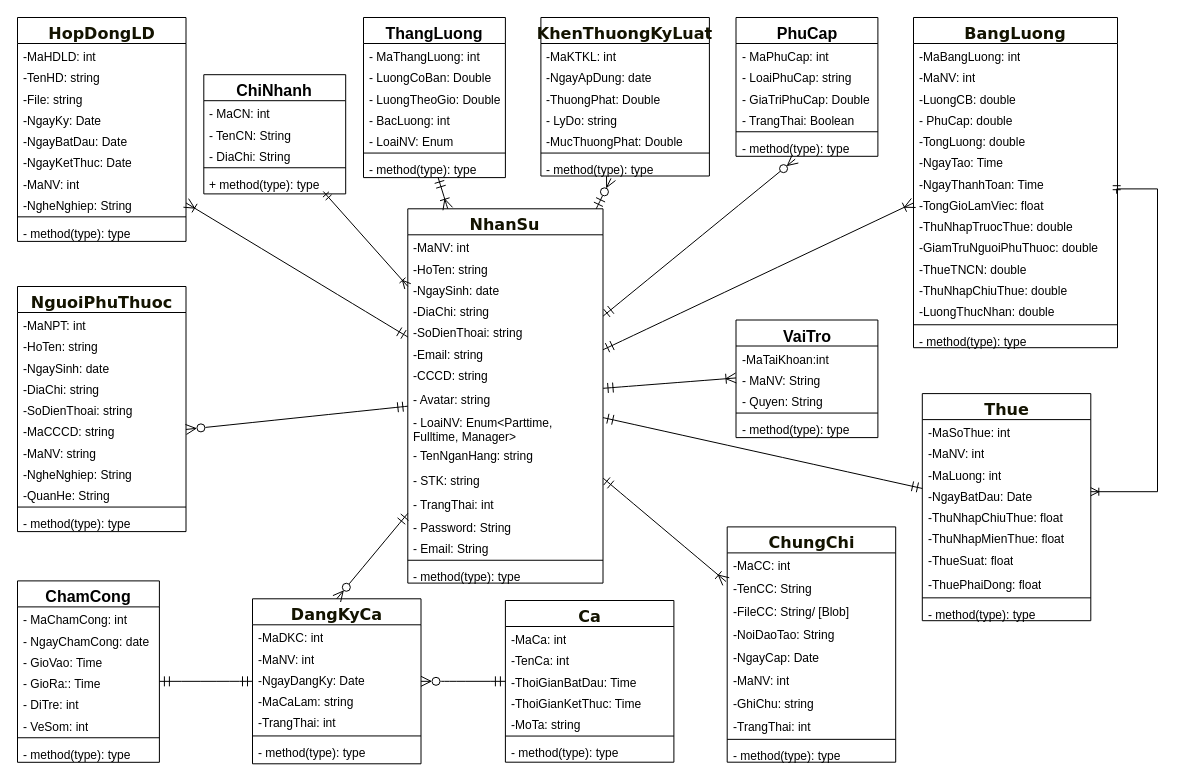
Before: Biểu đồ không có tiêu đề.drawio in NguyenMint/LVTN, a draw.io diagram. Source tidied: cells renumbered, new cells numbered last; positions are measured from the earlier drawing's top-left corner, leaving out a move shared by most shapes. Both pictures are drawn from the tidied source at 100%, with x=0, y=0 at pixel (17, 17).
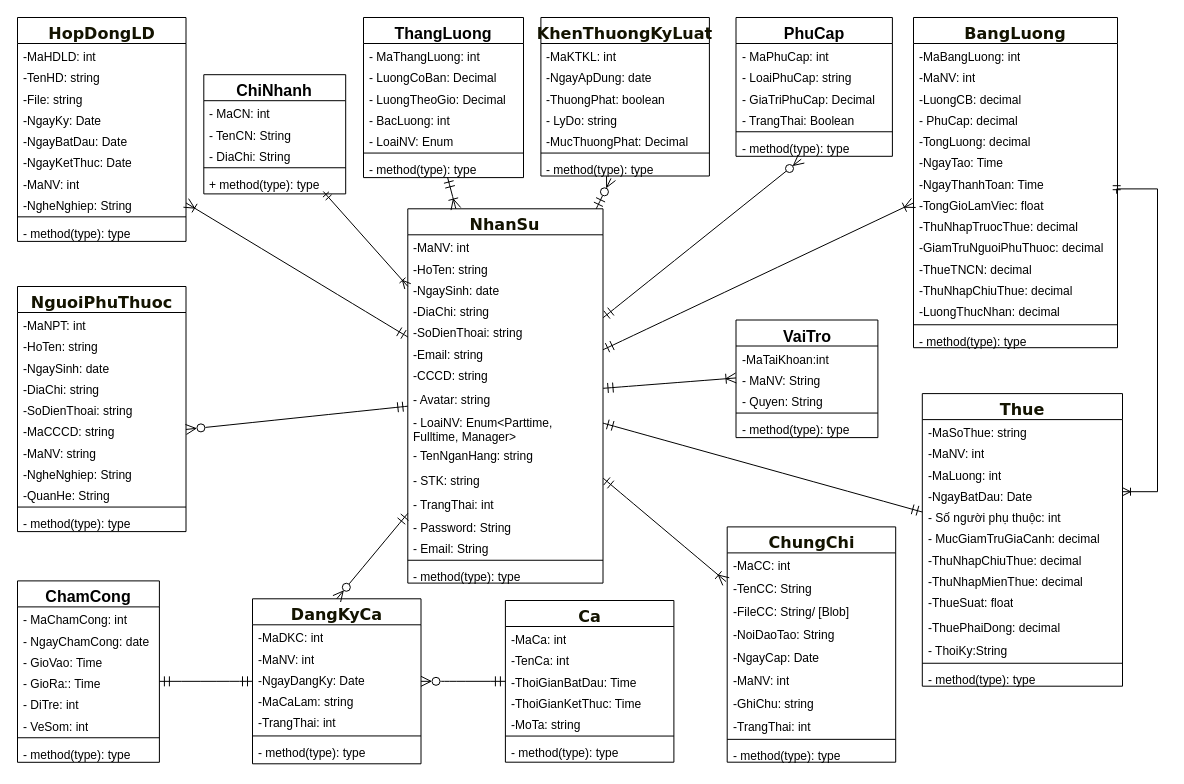
The same page after the edit.

Commit message (it also covers changes not shown here):
Cập nhật Biểu đồ không có tiêu đề.drawio

The change refers to these unchanged cells:
```xml
<mxCell id="42" value="&lt;font face=&quot;trebuchet ms, verdana, arial, sans-serif&quot; color=&quot;#131300&quot;&gt;&lt;span style=&quot;font-size: 16px; text-wrap-mode: nowrap;&quot;&gt;KhenThuongKyLuat&lt;/span&gt;&lt;/font&gt;" style="swimlane;fontStyle=1;align=center;verticalAlign=top;horizontal=1;startSize=26;whiteSpace=wrap;html=1;" parent="1" vertex="1">
  <mxGeometry x="523.4" width="168.5" height="158.5" as="geometry" />
</mxCell>
<mxCell id="103" value="&lt;div&gt;&lt;span style=&quot;color: rgb(19, 19, 0); font-family: &amp;quot;trebuchet ms&amp;quot;, verdana, arial, sans-serif; font-size: 16px; text-wrap-mode: nowrap;&quot;&gt;BangLuong&lt;/span&gt;&lt;/div&gt;&lt;div&gt;&lt;span style=&quot;color: rgb(19, 19, 0); font-family: &amp;quot;trebuchet ms&amp;quot;, verdana, arial, sans-serif; font-size: 16px; text-wrap-mode: nowrap;&quot;&gt;&lt;br&gt;&lt;/span&gt;&lt;/div&gt;" style="swimlane;fontStyle=1;align=center;verticalAlign=top;horizontal=1;startSize=26;whiteSpace=wrap;html=1;" parent="1" vertex="1">
  <mxGeometry x="896" width="204" height="330.2" as="geometry" />
</mxCell>
```

What changed in the source:
```diff
@@
-    <mxCell id="45" value="-ThuongPhat: Double" style="text;strokeColor=none;fillColor=none;align=left;verticalAlign=top;spacingLeft=4;spacingRight=4;overflow=hidden;whiteSpace=wrap;html=1;" parent="42" vertex="1">
+    <mxCell id="45" value="-ThuongPhat: boolean" style="text;strokeColor=none;fillColor=none;align=left;verticalAlign=top;spacingLeft=4;spacingRight=4;overflow=hidden;whiteSpace=wrap;html=1;" parent="42" vertex="1">
       <mxGeometry y="68.5" width="168.5" height="21.3" as="geometry" />
     </mxCell>
@@
-    <mxCell id="47" value="-MucThuongPhat: Double" style="text;strokeColor=none;fillColor=none;align=left;verticalAlign=top;spacingLeft=4;spacingRight=4;overflow=hidden;whiteSpace=wrap;html=1;" parent="42" vertex="1">
+    <mxCell id="47" value="-MucThuongPhat: Decimal" style="text;strokeColor=none;fillColor=none;align=left;verticalAlign=top;spacingLeft=4;spacingRight=4;overflow=hidden;whiteSpace=wrap;html=1;" parent="42" vertex="1">
       <mxGeometry y="111" width="168.5" height="21.3" as="geometry" />
     </mxCell>
@@
     <mxCell id="50" value="&lt;font style=&quot;font-size: 16px;&quot;&gt;PhuCap&lt;/font&gt;" style="swimlane;fontStyle=1;align=center;verticalAlign=top;horizontal=1;startSize=26;whiteSpace=wrap;html=1;" parent="1" vertex="1">
-      <mxGeometry x="718.5" width="141.9" height="138.8" as="geometry" />
+      <mxGeometry x="718.5" width="156.4" height="138.8" as="geometry" />
     </mxCell>
     <mxCell id="51" value="- MaPhuCap: int" style="text;strokeColor=none;fillColor=none;align=left;verticalAlign=top;spacingLeft=4;spacingRight=4;overflow=hidden;whiteSpace=wrap;html=1;" parent="50" vertex="1">
-      <mxGeometry y="26" width="141.9" height="21.3" as="geometry" />
+      <mxGeometry y="26" width="156.4" height="21.3" as="geometry" />
     </mxCell>
     <mxCell id="52" value="- LoaiPhuCap: string&lt;div&gt;&lt;br&gt;&lt;/div&gt;" style="text;strokeColor=none;fillColor=none;align=left;verticalAlign=top;spacingLeft=4;spacingRight=4;overflow=hidden;whiteSpace=wrap;html=1;" parent="50" vertex="1">
-      <mxGeometry y="47.3" width="141.9" height="21.3" as="geometry" />
+      <mxGeometry y="47.3" width="156.4" height="21.3" as="geometry" />
     </mxCell>
-    <mxCell id="53" value="- GiaTriPhuCap: Double" style="text;strokeColor=none;fillColor=none;align=left;verticalAlign=top;spacingLeft=4;spacingRight=4;overflow=hidden;whiteSpace=wrap;html=1;" parent="50" vertex="1">
-      <mxGeometry y="68.5" width="141.9" height="21.3" as="geometry" />
+    <mxCell id="53" value="- GiaTriPhuCap: Decimal" style="text;strokeColor=none;fillColor=none;align=left;verticalAlign=top;spacingLeft=4;spacingRight=4;overflow=hidden;whiteSpace=wrap;html=1;" parent="50" vertex="1">
+      <mxGeometry y="68.5" width="156.4" height="21.3" as="geometry" />
     </mxCell>
     <mxCell id="54" value="- TrangThai: Boolean" style="text;strokeColor=none;fillColor=none;align=left;verticalAlign=top;spacingLeft=4;spacingRight=4;overflow=hidden;whiteSpace=wrap;html=1;" parent="50" vertex="1">
-      <mxGeometry y="89.8" width="141.9" height="21.3" as="geometry" />
+      <mxGeometry y="89.8" width="156.4" height="21.3" as="geometry" />
     </mxCell>
     <mxCell id="55" style="line;strokeWidth=1;fillColor=none;align=left;verticalAlign=middle;spacingTop=-1;spacingLeft=3;spacingRight=3;labelPosition=right;strokeColor=inherit;" parent="50" vertex="1">
-      <mxGeometry y="111" width="141.9" height="6.5" as="geometry" />
+      <mxGeometry y="111" width="156.4" height="6.5" as="geometry" />
     </mxCell>
     <mxCell id="56" value="- method(type): type" style="text;strokeColor=none;fillColor=none;align=left;verticalAlign=top;spacingLeft=4;spacingRight=4;overflow=hidden;points=[[0,0.5],[1,0.5]];portConstraint=eastwest;whiteSpace=wrap;html=1;" parent="50" vertex="1">
-      <mxGeometry y="117.6" width="141.9" height="21.3" as="geometry" />
+      <mxGeometry y="117.6" width="156.4" height="21.3" as="geometry" />
     </mxCell>
     <mxCell id="57" value="&lt;font style=&quot;font-size: 16px;&quot;&gt;ThangLuong&lt;/font&gt;" style="swimlane;fontStyle=1;align=center;verticalAlign=top;horizontal=1;startSize=26;whiteSpace=wrap;html=1;" parent="1" vertex="1">
-      <mxGeometry x="346" width="141.9" height="160.1" as="geometry" />
+      <mxGeometry x="346" width="160" height="160.1" as="geometry" />
     </mxCell>
     <mxCell id="58" value="- MaThangLuong: int&amp;nbsp;&lt;div&gt;&lt;br&gt;&lt;/div&gt;" style="text;strokeColor=none;fillColor=none;align=left;verticalAlign=top;spacingLeft=4;spacingRight=4;overflow=hidden;whiteSpace=wrap;html=1;" parent="57" vertex="1">
-      <mxGeometry y="26" width="141.9" height="21.3" as="geometry" />
+      <mxGeometry y="26" width="160" height="21.3" as="geometry" />
     </mxCell>
-    <mxCell id="59" value="- LuongCoBan: Double&lt;div&gt;&lt;br&gt;&lt;/div&gt;" style="text;strokeColor=none;fillColor=none;align=left;verticalAlign=top;spacingLeft=4;spacingRight=4;overflow=hidden;whiteSpace=wrap;html=1;" parent="57" vertex="1">
-      <mxGeometry y="47.3" width="141.9" height="21.3" as="geometry" />
+    <mxCell id="59" value="- LuongCoBan: Decimal&lt;div&gt;&lt;br&gt;&lt;/div&gt;" style="text;strokeColor=none;fillColor=none;align=left;verticalAlign=top;spacingLeft=4;spacingRight=4;overflow=hidden;whiteSpace=wrap;html=1;" parent="57" vertex="1">
+      <mxGeometry y="47.3" width="160" height="21.3" as="geometry" />
     </mxCell>
-    <mxCell id="60" value="- LuongTheoGio: Double&lt;div&gt;&lt;br&gt;&lt;/div&gt;" style="text;strokeColor=none;fillColor=none;align=left;verticalAlign=top;spacingLeft=4;spacingRight=4;overflow=hidden;whiteSpace=wrap;html=1;" parent="57" vertex="1">
-      <mxGeometry y="68.5" width="141.9" height="21.3" as="geometry" />
+    <mxCell id="60" value="- LuongTheoGio: Decimal" style="text;strokeColor=none;fillColor=none;align=left;verticalAlign=top;spacingLeft=4;spacingRight=4;overflow=hidden;whiteSpace=wrap;html=1;" parent="57" vertex="1">
+      <mxGeometry y="68.5" width="160" height="21.3" as="geometry" />
     </mxCell>
     <mxCell id="61" value="- BacLuong: int" style="text;strokeColor=none;fillColor=none;align=left;verticalAlign=top;spacingLeft=4;spacingRight=4;overflow=hidden;whiteSpace=wrap;html=1;" parent="57" vertex="1">
-      <mxGeometry y="89.8" width="141.9" height="21.3" as="geometry" />
+      <mxGeometry y="89.8" width="160" height="21.3" as="geometry" />
     </mxCell>
     <mxCell id="62" value="- LoaiNV: Enum" style="text;strokeColor=none;fillColor=none;align=left;verticalAlign=top;spacingLeft=4;spacingRight=4;overflow=hidden;whiteSpace=wrap;html=1;" parent="57" vertex="1">
-      <mxGeometry y="111" width="141.9" height="21.3" as="geometry" />
+      <mxGeometry y="111" width="160" height="21.3" as="geometry" />
     </mxCell>
     <mxCell id="63" style="line;strokeWidth=1;fillColor=none;align=left;verticalAlign=middle;spacingTop=-1;spacingLeft=3;spacingRight=3;labelPosition=right;strokeColor=inherit;" parent="57" vertex="1">
-      <mxGeometry y="132.3" width="141.9" height="6.5" as="geometry" />
+      <mxGeometry y="132.3" width="160" height="6.5" as="geometry" />
     </mxCell>
     <mxCell id="64" value="- method(type): type" style="text;align=left;verticalAlign=top;spacingLeft=4;spacingRight=4;overflow=hidden;points=[[0,0.5],[1,0.5]];portConstraint=eastwest;whiteSpace=wrap;html=1;" parent="57" vertex="1">
-      <mxGeometry y="138.8" width="141.9" height="21.3" as="geometry" />
+      <mxGeometry y="138.8" width="160" height="21.3" as="geometry" />
     </mxCell>
     <mxCell id="65" value="&lt;span style=&quot;color: rgb(19, 19, 0); font-family: &amp;quot;trebuchet ms&amp;quot;, verdana, arial, sans-serif; font-size: 16px; text-wrap-mode: nowrap;&quot;&gt;Thue&lt;/span&gt;" style="swimlane;fontStyle=1;align=center;verticalAlign=top;horizontal=1;startSize=26;whiteSpace=wrap;html=1;" parent="1" vertex="1">
-      <mxGeometry x="904.8" y="376.1" width="168.5" height="227.1" as="geometry" />
+      <mxGeometry x="904.8" y="376.1" width="200.2" height="292.6" as="geometry" />
     </mxCell>
-    <mxCell id="66" value="-MaSoThue: int" style="text;strokeColor=none;fillColor=none;align=left;verticalAlign=top;spacingLeft=4;spacingRight=4;overflow=hidden;whiteSpace=wrap;html=1;" parent="65" vertex="1">
-      <mxGeometry y="26" width="168.5" height="21.3" as="geometry" />
+    <mxCell id="66" value="-MaSoThue: string&lt;div&gt;&lt;br&gt;&lt;/div&gt;" style="text;strokeColor=none;fillColor=none;align=left;verticalAlign=top;spacingLeft=4;spacingRight=4;overflow=hidden;whiteSpace=wrap;html=1;" parent="65" vertex="1">
+      <mxGeometry y="26" width="200.2" height="21.3" as="geometry" />
     </mxCell>
     <mxCell id="67" value="-MaNV: int" style="text;strokeColor=none;fillColor=none;align=left;verticalAlign=top;spacingLeft=4;spacingRight=4;overflow=hidden;whiteSpace=wrap;html=1;" parent="65" vertex="1">
-      <mxGeometry y="47.3" width="168.5" height="21.3" as="geometry" />
+      <mxGeometry y="47.3" width="200.2" height="21.3" as="geometry" />
     </mxCell>
     <mxCell id="68" value="-MaLuong: int" style="text;strokeColor=none;fillColor=none;align=left;verticalAlign=top;spacingLeft=4;spacingRight=4;overflow=hidden;whiteSpace=wrap;html=1;" parent="65" vertex="1">
-      <mxGeometry y="68.5" width="168.5" height="21.3" as="geometry" />
+      <mxGeometry y="68.5" width="200.2" height="21.3" as="geometry" />
     </mxCell>
-    <mxCell id="69" value="-NgayBatDau: Date" style="text;strokeColor=none;fillColor=none;align=left;verticalAlign=top;spacingLeft=4;spacingRight=4;overflow=hidden;whiteSpace=wrap;html=1;" parent="65" vertex="1">
-      <mxGeometry y="89.8" width="168.5" height="21.3" as="geometry" />
+    <mxCell id="69" value="-NgayBatDau: Date&lt;div&gt;&lt;br&gt;&lt;/div&gt;" style="text;strokeColor=none;fillColor=none;align=left;verticalAlign=top;spacingLeft=4;spacingRight=4;overflow=hidden;whiteSpace=wrap;html=1;" parent="65" vertex="1">
+      <mxGeometry y="89.8" width="200.2" height="21.3" as="geometry" />
     </mxCell>
+    <mxCell id="154" value="- Số người phụ thuộc: int" style="text;strokeColor=none;fillColor=none;align=left;verticalAlign=top;spacingLeft=4;spacingRight=4;overflow=hidden;whiteSpace=wrap;html=1;" parent="65" vertex="1">
+      <mxGeometry y="111" width="200.2" height="21.3" as="geometry" />
+    </mxCell>
+    <mxCell id="155" value="- MucGiamTruGiaCanh: decimal" style="text;strokeColor=none;fillColor=none;align=left;verticalAlign=top;spacingLeft=4;spacingRight=4;overflow=hidden;whiteSpace=wrap;html=1;" parent="65" vertex="1">
+      <mxGeometry y="132.3" width="200.2" height="21.3" as="geometry" />
+    </mxCell>
-    <mxCell id="70" value="-ThuNhapChiuThue: float" style="text;strokeColor=none;fillColor=none;align=left;verticalAlign=top;spacingLeft=4;spacingRight=4;overflow=hidden;whiteSpace=wrap;html=1;" parent="65" vertex="1">
-      <mxGeometry y="111" width="168.5" height="21.3" as="geometry" />
+    <mxCell id="70" value="-ThuNhapChiuThue: decimal" style="text;strokeColor=none;fillColor=none;align=left;verticalAlign=top;spacingLeft=4;spacingRight=4;overflow=hidden;whiteSpace=wrap;html=1;" parent="65" vertex="1">
+      <mxGeometry y="153.6" width="200.2" height="21.3" as="geometry" />
     </mxCell>
-    <mxCell id="71" value="-ThuNhapMienThue: float" style="text;strokeColor=none;fillColor=none;align=left;verticalAlign=top;spacingLeft=4;spacingRight=4;overflow=hidden;whiteSpace=wrap;html=1;" parent="65" vertex="1">
-      <mxGeometry y="132.3" width="168.5" height="21.3" as="geometry" />
+    <mxCell id="71" value="-ThuNhapMienThue: decimal" style="text;strokeColor=none;fillColor=none;align=left;verticalAlign=top;spacingLeft=4;spacingRight=4;overflow=hidden;whiteSpace=wrap;html=1;" parent="65" vertex="1">
+      <mxGeometry y="174.8" width="200.2" height="21.3" as="geometry" />
     </mxCell>
     <mxCell id="72" value="-ThueSuat: float" style="text;strokeColor=none;fillColor=none;align=left;verticalAlign=top;spacingLeft=4;spacingRight=4;overflow=hidden;whiteSpace=wrap;html=1;" parent="65" vertex="1">
-      <mxGeometry y="153.6" width="168.5" height="24.5" as="geometry" />
+      <mxGeometry y="196.1" width="200.2" height="24.5" as="geometry" />
     </mxCell>
-    <mxCell id="73" value="-ThuePhaiDong: float" style="text;strokeColor=none;fillColor=none;align=left;verticalAlign=top;spacingLeft=4;spacingRight=4;overflow=hidden;whiteSpace=wrap;html=1;" parent="65" vertex="1">
-      <mxGeometry y="178.1" width="168.5" height="22.9" as="geometry" />
+    <mxCell id="73" value="-ThuePhaiDong: decimal&lt;div&gt;&lt;br&gt;&lt;/div&gt;" style="text;strokeColor=none;fillColor=none;align=left;verticalAlign=top;spacingLeft=4;spacingRight=4;overflow=hidden;whiteSpace=wrap;html=1;" parent="65" vertex="1">
+      <mxGeometry y="220.6" width="200.2" height="22.9" as="geometry" />
     </mxCell>
+    <mxCell id="156" value="- ThoiKy:String" style="text;strokeColor=none;fillColor=none;align=left;verticalAlign=top;spacingLeft=4;spacingRight=4;overflow=hidden;whiteSpace=wrap;html=1;" parent="65" vertex="1">
+      <mxGeometry y="243.5" width="200.2" height="22.9" as="geometry" />
+    </mxCell>
     <mxCell id="74" style="line;strokeWidth=1;fillColor=none;align=left;verticalAlign=middle;spacingTop=-1;spacingLeft=3;spacingRight=3;labelPosition=right;strokeColor=inherit;" parent="65" vertex="1">
-      <mxGeometry y="201" width="168.5" height="6.5" as="geometry" />
+      <mxGeometry y="266.4" width="200.2" height="6.5" as="geometry" />
     </mxCell>
     <mxCell id="75" value="- method(type): type" style="text;strokeColor=none;fillColor=none;align=left;verticalAlign=top;spacingLeft=4;spacingRight=4;overflow=hidden;whiteSpace=wrap;html=1;" parent="65" vertex="1">
-      <mxGeometry y="207.5" width="168.5" height="19.6" as="geometry" />
+      <mxGeometry y="272.9" width="200.2" height="19.6" as="geometry" />
     </mxCell>
@@
-    <mxCell id="106" value="-LuongCB: double" style="text;strokeColor=none;fillColor=none;align=left;verticalAlign=top;spacingLeft=4;spacingRight=4;overflow=hidden;whiteSpace=wrap;html=1;" parent="103" vertex="1">
+    <mxCell id="106" value="-LuongCB: decimal" style="text;strokeColor=none;fillColor=none;align=left;verticalAlign=top;spacingLeft=4;spacingRight=4;overflow=hidden;whiteSpace=wrap;html=1;" parent="103" vertex="1">
       <mxGeometry y="68.5" width="204" height="21.3" as="geometry" />
     </mxCell>
-    <mxCell id="107" value="- PhuCap: double" style="text;strokeColor=none;fillColor=none;align=left;verticalAlign=top;spacingLeft=4;spacingRight=4;overflow=hidden;whiteSpace=wrap;html=1;" parent="103" vertex="1">
+    <mxCell id="107" value="- PhuCap: decimal" style="text;strokeColor=none;fillColor=none;align=left;verticalAlign=top;spacingLeft=4;spacingRight=4;overflow=hidden;whiteSpace=wrap;html=1;" parent="103" vertex="1">
       <mxGeometry y="89.8" width="204" height="21.3" as="geometry" />
     </mxCell>
-    <mxCell id="108" value="-TongLuong: double" style="text;strokeColor=none;fillColor=none;align=left;verticalAlign=top;spacingLeft=4;spacingRight=4;overflow=hidden;whiteSpace=wrap;html=1;" parent="103" vertex="1">
+    <mxCell id="108" value="-TongLuong: decimal" style="text;strokeColor=none;fillColor=none;align=left;verticalAlign=top;spacingLeft=4;spacingRight=4;overflow=hidden;whiteSpace=wrap;html=1;" parent="103" vertex="1">
       <mxGeometry y="111" width="204" height="21.3" as="geometry" />
     </mxCell>
@@
-    <mxCell id="112" value="-ThuNhapTruocThue: double" style="text;strokeColor=none;fillColor=none;align=left;verticalAlign=top;spacingLeft=4;spacingRight=4;overflow=hidden;whiteSpace=wrap;html=1;" parent="103" vertex="1">
+    <mxCell id="112" value="-ThuNhapTruocThue: decimal" style="text;strokeColor=none;fillColor=none;align=left;verticalAlign=top;spacingLeft=4;spacingRight=4;overflow=hidden;whiteSpace=wrap;html=1;" parent="103" vertex="1">
       <mxGeometry y="196.1" width="204" height="21.3" as="geometry" />
     </mxCell>
-    <mxCell id="113" value="-GiamTruNguoiPhuThuoc: double&lt;div&gt;&lt;br&gt;&lt;/div&gt;" style="text;strokeColor=none;fillColor=none;align=left;verticalAlign=top;spacingLeft=4;spacingRight=4;overflow=hidden;whiteSpace=wrap;html=1;" parent="103" vertex="1">
+    <mxCell id="113" value="-GiamTruNguoiPhuThuoc: decimal" style="text;strokeColor=none;fillColor=none;align=left;verticalAlign=top;spacingLeft=4;spacingRight=4;overflow=hidden;whiteSpace=wrap;html=1;" parent="103" vertex="1">
       <mxGeometry y="217.3" width="204" height="21.3" as="geometry" />
     </mxCell>
-    <mxCell id="114" value="-ThueTNCN: double" style="text;strokeColor=none;fillColor=none;align=left;verticalAlign=top;spacingLeft=4;spacingRight=4;overflow=hidden;whiteSpace=wrap;html=1;" parent="103" vertex="1">
+    <mxCell id="114" value="-ThueTNCN: decimal" style="text;strokeColor=none;fillColor=none;align=left;verticalAlign=top;spacingLeft=4;spacingRight=4;overflow=hidden;whiteSpace=wrap;html=1;" parent="103" vertex="1">
       <mxGeometry y="238.6" width="204" height="21.3" as="geometry" />
     </mxCell>
-    <mxCell id="115" value="-ThuNhapChiuThue: double" style="text;strokeColor=none;fillColor=none;align=left;verticalAlign=top;spacingLeft=4;spacingRight=4;overflow=hidden;whiteSpace=wrap;html=1;" parent="103" vertex="1">
+    <mxCell id="115" value="-ThuNhapChiuThue: decimal" style="text;strokeColor=none;fillColor=none;align=left;verticalAlign=top;spacingLeft=4;spacingRight=4;overflow=hidden;whiteSpace=wrap;html=1;" parent="103" vertex="1">
       <mxGeometry y="259.9" width="204" height="21.3" as="geometry" />
     </mxCell>
-    <mxCell id="116" value="-LuongThucNhan: double" style="text;strokeColor=none;fillColor=none;align=left;verticalAlign=top;spacingLeft=4;spacingRight=4;overflow=hidden;whiteSpace=wrap;html=1;" parent="103" vertex="1">
+    <mxCell id="116" value="-LuongThucNhan: decimal" style="text;strokeColor=none;fillColor=none;align=left;verticalAlign=top;spacingLeft=4;spacingRight=4;overflow=hidden;whiteSpace=wrap;html=1;" parent="103" vertex="1">
       <mxGeometry y="281.1" width="204" height="22.9" as="geometry" />
     </mxCell>
```
